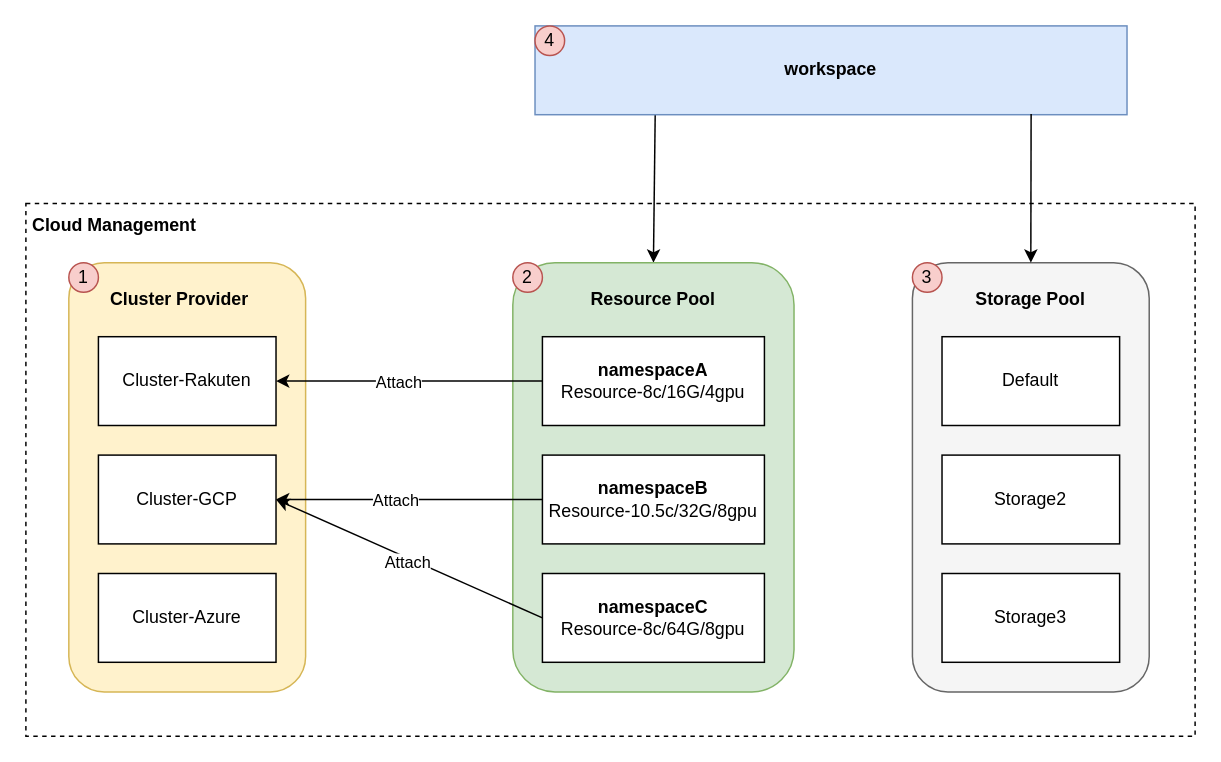
The draw.io diagram page "Page-3" (2 of 4) of Resource_Pool2.drawio in LiuJin1203/graph, before the edit. Source tidied: cells renumbered, new cells numbered last; positions are measured from the earlier drawing's top-left corner, leaving out a move shared by most shapes. Both pictures are drawn from the tidied source at 148%, with x=0, y=0 at pixel (25, 25).
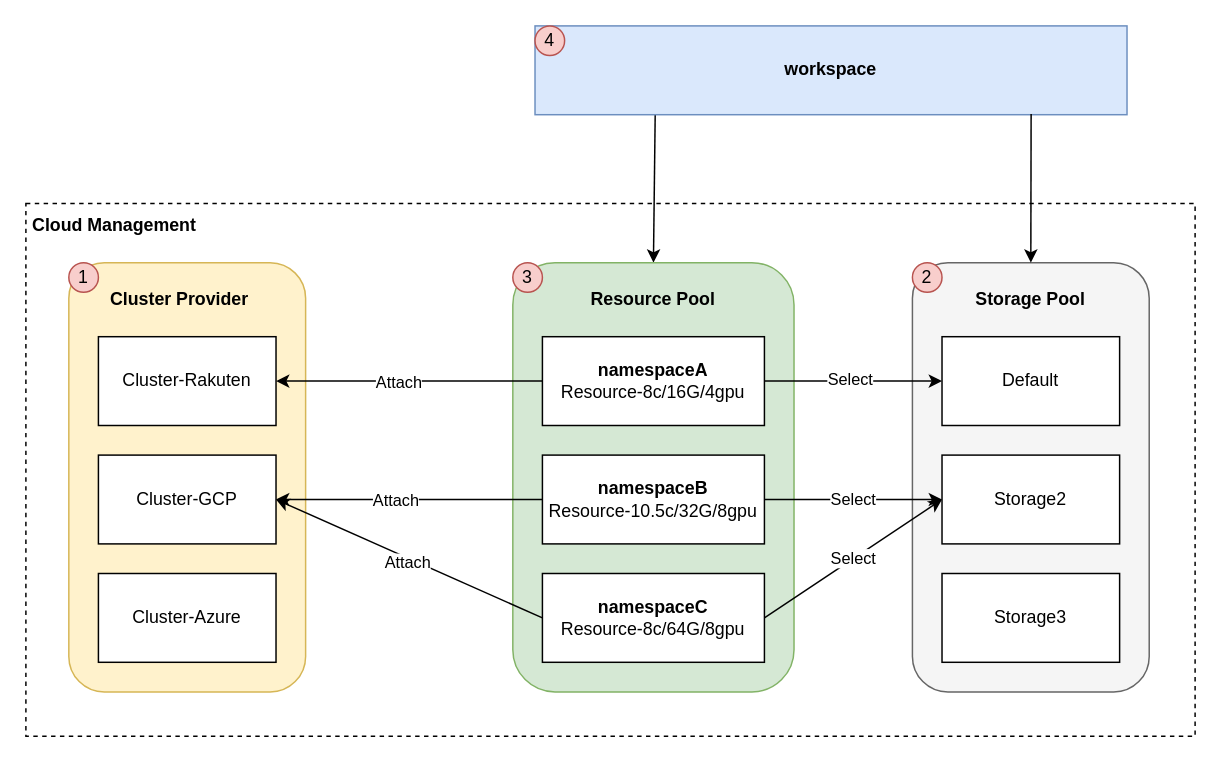
After the change.

The change refers to these unchanged cells:
```xml
<mxCell id="12" style="group;" parent="1" vertex="1">
  <mxGeometry x="599" y="160" width="160" height="290" as="geometry" />
</mxCell>
<mxCell id="14" value="&lt;span style=&quot;&quot;&gt;Storage2&lt;/span&gt;" style="rounded=0;whiteSpace=wrap;html=1;" parent="12" vertex="1">
  <mxGeometry x="20" y="130" width="120" height="60" as="geometry" />
</mxCell>
<mxCell id="16" value="Default" style="rounded=0;whiteSpace=wrap;html=1;" parent="12" vertex="1">
  <mxGeometry x="20" y="50" width="120" height="60" as="geometry" />
</mxCell>
<mxCell id="22" value="&lt;b&gt;namespaceB&lt;/b&gt;&lt;br&gt;Resource-10.5c/32G/8gpu" style="rounded=0;whiteSpace=wrap;html=1;" parent="1" vertex="1">
  <mxGeometry x="349" y="290" width="150" height="60" as="geometry" />
</mxCell>
<mxCell id="25" value="&lt;b&gt;namespaceC&lt;/b&gt;&lt;br&gt;Resource-8c/64G/8gpu" style="rounded=0;whiteSpace=wrap;html=1;" parent="1" vertex="1">
  <mxGeometry x="349" y="370" width="150" height="60" as="geometry" />
</mxCell>
<mxCell id="28" value="&lt;b&gt;namespaceA&lt;/b&gt;&lt;br&gt;Resource-8c/16G/4gpu" style="rounded=0;whiteSpace=wrap;html=1;" parent="1" vertex="1">
  <mxGeometry x="349" y="210" width="150" height="60" as="geometry" />
</mxCell>
```

Change to the diagram source:
```diff
@@
-    <mxCell id="18" value="3" style="ellipse;whiteSpace=wrap;html=1;fontSize=12;strokeWidth=1;fillColor=#f8cecc;strokeColor=#b85450;" parent="12" vertex="1">
+    <mxCell id="18" value="2" style="ellipse;whiteSpace=wrap;html=1;fontSize=12;strokeWidth=1;fillColor=#f8cecc;strokeColor=#b85450;" parent="12" vertex="1">
       <mxGeometry width="20" height="20" as="geometry" />
     </mxCell>
@@
+    <mxCell id="34" value="Select" style="edgeStyle=none;rounded=0;jettySize=auto;html=1;exitX=1;exitY=0.5;exitDx=0;exitDy=0;entryX=0;entryY=0.5;entryDx=0;entryDy=0;" parent="1" edge="1" source="22" target="14">
+      <mxGeometry relative="1" as="geometry" />
+    </mxCell>
@@
+    <mxCell id="35" value="Select" style="edgeStyle=none;rounded=0;jettySize=auto;html=1;exitX=1;exitY=0.5;exitDx=0;exitDy=0;entryX=0;entryY=0.5;entryDx=0;entryDy=0;" parent="1" edge="1" source="25" target="14">
+      <mxGeometry relative="1" as="geometry" />
+    </mxCell>
@@
+    <mxCell id="36" style="edgeStyle=none;rounded=0;jettySize=auto;html=1;exitX=1;exitY=0.5;exitDx=0;exitDy=0;entryX=0;entryY=0.5;entryDx=0;entryDy=0;" parent="1" edge="1" source="28" target="16">
+      <mxGeometry relative="1" as="geometry" />
+    </mxCell>
+    <mxCell id="37" value="Select" style="edgeLabel;html=1;align=center;verticalAlign=middle;" parent="36" vertex="1">
+      <mxGeometry x="-0.05" y="2" relative="1" as="geometry" />
+    </mxCell>
@@
-    <mxCell id="31" value="2" style="ellipse;whiteSpace=wrap;html=1;fontSize=12;strokeWidth=1;fillColor=#f8cecc;strokeColor=#b85450;" parent="1" vertex="1">
+    <mxCell id="31" value="3" style="ellipse;whiteSpace=wrap;html=1;fontSize=12;strokeWidth=1;fillColor=#f8cecc;strokeColor=#b85450;" parent="1" vertex="1">
       <mxGeometry x="329" y="160" width="20" height="20" as="geometry" />
     </mxCell>
```
